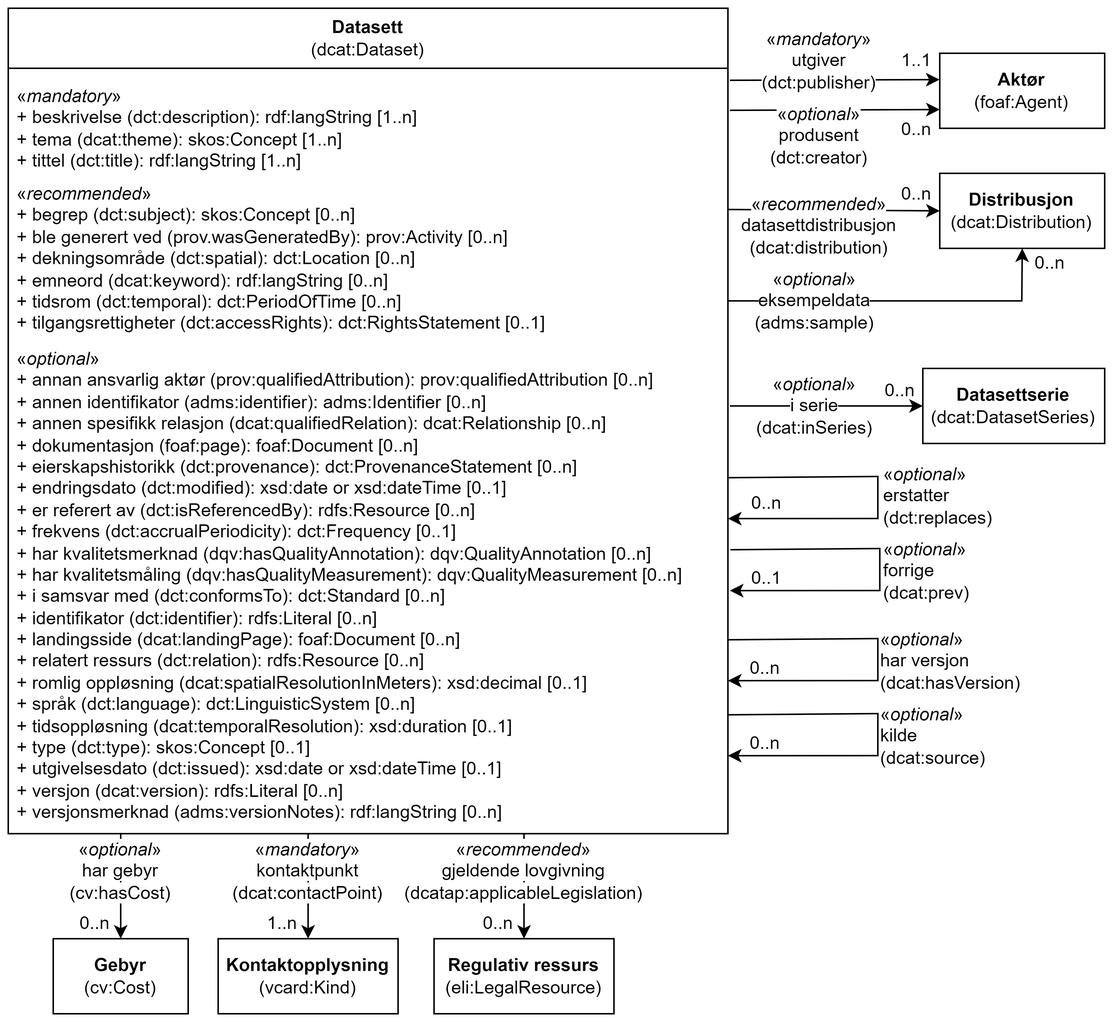
Informasjonsforvaltning/dcat-ap-no keeps this draw.io diagram as docs/images/Klassen-Datasett.png. Above is the earlier version. Source tidied: cells renumbered, new cells last; positions are measured from the earlier drawing's top-left corner, leaving out a move shared by most shapes.
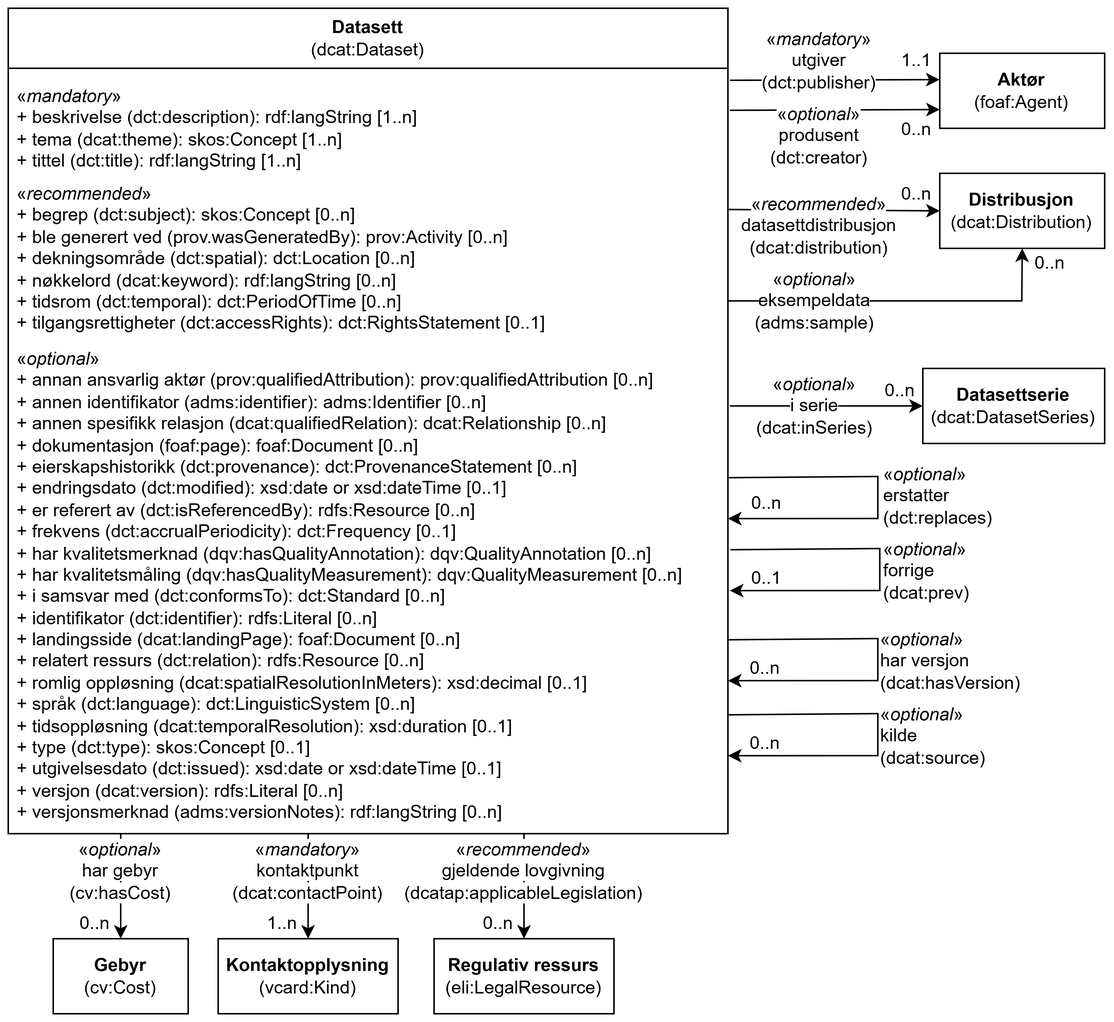
After the change.

Commit message:
"emneord" -> "Nøkkelord" i tegningene også

Diff of the diagram source:
```diff
@@ -8,7 +8,7 @@
     <mxCell id="3" value="«&lt;i&gt;mandatory&lt;/i&gt;»&lt;br&gt;+ beskrivelse (dct:description): rdf:langString [1..n]&lt;br&gt;+ tema (dcat:theme): skos:Concept [1..n]&lt;br&gt;+ tittel (dct:title):&amp;nbsp;rdf:langString&amp;nbsp;[1..n]" style="text;strokeColor=none;fillColor=none;align=left;verticalAlign=top;spacingLeft=4;spacingRight=4;overflow=hidden;whiteSpace=wrap;html=1;" parent="2" vertex="1">
       <mxGeometry y="45" width="300" height="65" as="geometry" />
     </mxCell>
-    <mxCell id="4" value="«&lt;i&gt;recommended&lt;/i&gt;»&lt;br&gt;+ begrep (dct:subject): skos:Concept [0..n]&lt;br&gt;+ ble generert ved (prov.wasGeneratedBy): prov:Activity [0..n]&lt;br&gt;+ dekningsområde (dct:spatial): dct:Location [0..n]&lt;br&gt;+ emneord (dcat:keyword):&amp;nbsp;rdf:langString&amp;nbsp;[0..n]&lt;br&gt;+ tidsrom (dct:temporal): dct:PeriodOfTime [0..n]&lt;br&gt;+&amp;nbsp;tilgangsrettigheter (dct:accessRights):&amp;nbsp;dct:RightsStatement [0..1]" style="text;strokeColor=none;fillColor=none;align=left;verticalAlign=top;spacingLeft=4;spacingRight=4;overflow=hidden;whiteSpace=wrap;html=1;" parent="2" vertex="1">
+    <mxCell id="4" value="«&lt;i&gt;recommended&lt;/i&gt;»&lt;br&gt;+ begrep (dct:subject): skos:Concept [0..n]&lt;br&gt;+ ble generert ved (prov.wasGeneratedBy): prov:Activity [0..n]&lt;br&gt;+ dekningsområde (dct:spatial): dct:Location [0..n]&lt;br&gt;+ nøkkelord (dcat:keyword):&amp;nbsp;rdf:langString&amp;nbsp;[0..n]&lt;br&gt;+ tidsrom (dct:temporal): dct:PeriodOfTime [0..n]&lt;br&gt;+&amp;nbsp;tilgangsrettigheter (dct:accessRights):&amp;nbsp;dct:RightsStatement [0..1]" style="text;strokeColor=none;fillColor=none;align=left;verticalAlign=top;spacingLeft=4;spacingRight=4;overflow=hidden;whiteSpace=wrap;html=1;" parent="2" vertex="1">
       <mxGeometry y="110" width="430" height="110" as="geometry" />
     </mxCell>
     <mxCell id="5" value="«&lt;i&gt;optional&lt;/i&gt;»&lt;br&gt;+ annan ansvarlig aktør (prov:qualifiedAttribution): prov:qualifiedAttribution [0..n]&lt;br&gt;+ annen identifikator (adms:identifier): adms:Identifier [0..n]&lt;br&gt;+ annen spesifikk relasjon (dcat:qualifiedRelation): dcat:Relationship [0..n]&lt;br&gt;+ dokumentasjon (foaf:page): foaf:Document [0..n]&lt;br&gt;+ eierskapshistorikk (dct:provenance): dct:ProvenanceStatement [0..n]&lt;br&gt;+ endringsdato (dct:modified): xsd:date or xsd:dateTime [0..1]&lt;br&gt;+ er referert av (dct:isReferencedBy): rdfs:Resource [0..n]&lt;br&gt;+ frekvens (dct:accrualPeriodicity): dct:Frequency [0..1]&lt;div&gt;+&amp;nbsp;har kvalitetsmerknad (dqv:hasQualityAnnotation):&amp;nbsp;dqv:QualityAnnotation [0..n]&lt;/div&gt;&lt;div&gt;+ har kvalitetsmåling (dqv:hasQualityMeasurement): dqv:QualityMeasurement [0..n]&lt;/div&gt;&lt;div&gt;+&amp;nbsp;i samsvar med (dct:conformsTo): dct:Standard [0..n]&lt;br&gt;+ identifikator (dct:identifier): rdfs:Literal [0..n]&lt;br&gt;+ landingsside (dcat:landingPage): foaf:Document [0..n]&lt;br&gt;+ relatert ressurs (dct:relation): rdfs:Resource [0..n]&lt;br&gt;+ romlig oppløsning (dcat:spatialResolutionInMeters): xsd:decimal [0..1]&lt;br&gt;+ språk (dct:language): dct:LinguisticSystem [0..n]&lt;br&gt;+ tidsoppløsning (dcat:temporalResolution): xsd:duration [0..1]&lt;br&gt;+ type (dct:type): skos:Concept [0..1]&lt;/div&gt;&lt;div&gt;+ utgivelsesdato (dct:issued): xsd:date or xsd:dateTime [0..1]&lt;br&gt;+ versjon (dcat:version): rdfs:Literal [0..n]&lt;br&gt;+ versjonsmerknad (adms:versionNotes):&amp;nbsp;rdf:langString&amp;nbsp;[0..n]&lt;/div&gt;" style="text;strokeColor=none;fillColor=none;align=left;verticalAlign=top;spacingLeft=4;spacingRight=4;overflow=hidden;whiteSpace=wrap;html=1;" parent="2" vertex="1">
```
